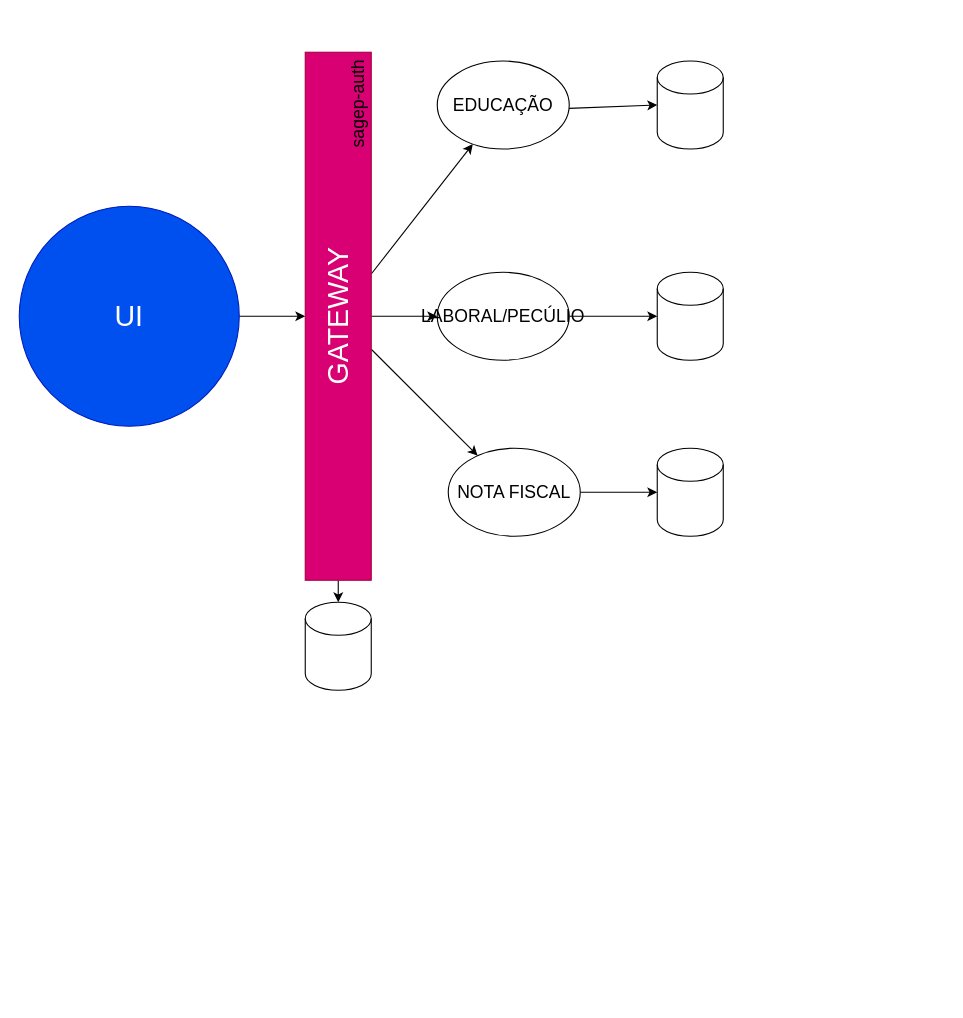
Earlier version of the draw.io diagram page "Arquitetura | Evolução" (4 of 13) of br-bit/RoadMap-2023.drawio (sigespweb22/project-manager). Source tidied: cells renumbered, new cells numbered last; positions are measured from the earlier drawing's top-left corner, leaving out a move shared by most shapes. Both pictures are drawn from the tidied source at 110%, with x=0, y=0 at pixel (19, 52).
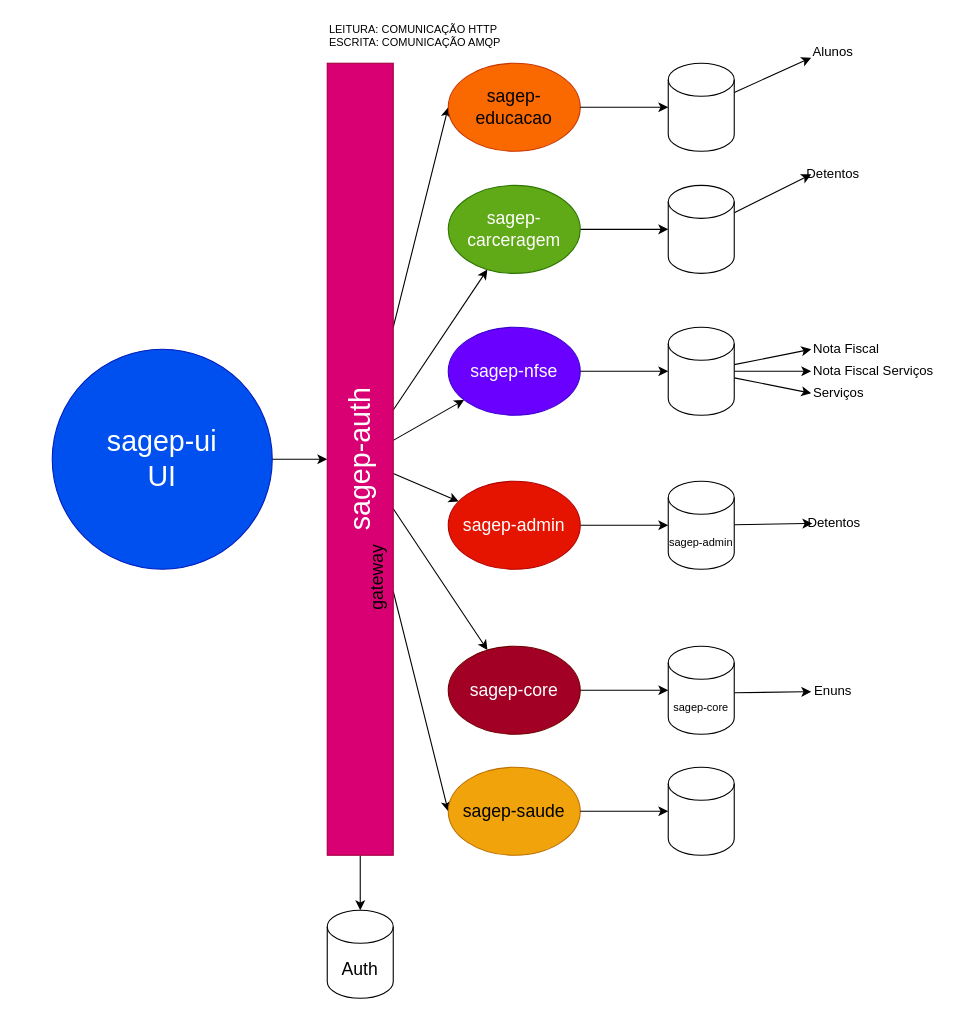
The same diagram, later.

Diff of the diagram source:
```diff
@@
-    <mxCell id="3" value="UI&lt;br style=&quot;font-size: 26px;&quot;&gt;" style="ellipse;whiteSpace=wrap;html=1;fillColor=#0050ef;fontColor=#ffffff;strokeColor=#001DBC;fontSize=26;" parent="1" vertex="1">
-      <mxGeometry y="140" width="200" height="200" as="geometry" />
+    <mxCell id="3" value="sagep-ui&lt;br&gt;UI" style="ellipse;whiteSpace=wrap;html=1;fillColor=#0050ef;fontColor=#ffffff;strokeColor=#001DBC;fontSize=26;" parent="1" vertex="1">
+      <mxGeometry x="30" y="270" width="200" height="200" as="geometry" />
     </mxCell>
@@
-    <mxCell id="7" style="edgeStyle=none;html=1;fontSize=16;" parent="1" edge="1" source="8" target="19">
+    <mxCell id="7" style="edgeStyle=none;html=1;fontSize=16;exitX=0.5;exitY=1;exitDx=0;exitDy=0;" parent="1" edge="1" source="8" target="19">
       <mxGeometry relative="1" as="geometry" />
     </mxCell>
+    <mxCell id="20" style="edgeStyle=none;html=1;entryX=0;entryY=0.5;entryDx=0;entryDy=0;" parent="1" edge="1" source="8" target="32">
+      <mxGeometry relative="1" as="geometry" />
+    </mxCell>
+    <mxCell id="21" style="edgeStyle=none;html=1;entryX=0;entryY=0.5;entryDx=0;entryDy=0;" parent="1" edge="1" source="8" target="28">
+      <mxGeometry relative="1" as="geometry" />
+    </mxCell>
+    <mxCell id="22" style="edgeStyle=none;html=1;fontSize=10;" parent="1" edge="1" source="8" target="42">
+      <mxGeometry relative="1" as="geometry" />
+    </mxCell>
-    <mxCell id="8" value="GATEWAY" style="rounded=0;whiteSpace=wrap;html=1;fontSize=26;fillColor=#d80073;fontColor=#ffffff;strokeColor=#A50040;verticalAlign=middle;horizontal=0;" parent="1" vertex="1">
-      <mxGeometry x="260" width="60" height="480" as="geometry" />
+    <mxCell id="8" value="sagep-auth" style="rounded=0;whiteSpace=wrap;html=1;fontSize=26;fillColor=#d80073;fontColor=#ffffff;strokeColor=#A50040;verticalAlign=middle;horizontal=0;" parent="1" vertex="1">
+      <mxGeometry x="280" y="10" width="60" height="720" as="geometry" />
     </mxCell>
-    <mxCell id="9" value="sagep-auth" style="text;html=1;strokeColor=none;fillColor=none;align=center;verticalAlign=middle;whiteSpace=wrap;rounded=0;fontSize=16;rotation=-90;" parent="1" vertex="1">
-      <mxGeometry x="262.5" y="40" width="90" height="15" as="geometry" />
+    <mxCell id="9" value="gateway" style="text;html=1;strokeColor=none;fillColor=none;align=center;verticalAlign=middle;whiteSpace=wrap;rounded=0;fontSize=16;rotation=-90;" parent="1" vertex="1">
+      <mxGeometry x="280" y="470" width="90" height="15" as="geometry" />
     </mxCell>
@@
-    <mxCell id="11" value="EDUCAÇÃO" style="ellipse;whiteSpace=wrap;html=1;fontSize=16;" parent="1" vertex="1">
-      <mxGeometry x="380" y="8" width="120" height="80" as="geometry" />
+    <mxCell id="11" value="sagep-carceragem" style="ellipse;whiteSpace=wrap;html=1;fontSize=16;fillColor=#60a917;fontColor=#ffffff;strokeColor=#2D7600;" parent="1" vertex="1">
+      <mxGeometry x="390" y="121" width="120" height="80" as="geometry" />
     </mxCell>
@@
-    <mxCell id="13" value="LABORAL/PECÚLIO" style="ellipse;whiteSpace=wrap;html=1;fontSize=16;" parent="1" vertex="1">
-      <mxGeometry x="380" y="200" width="120" height="80" as="geometry" />
+    <mxCell id="13" value="sagep-nfse" style="ellipse;whiteSpace=wrap;html=1;fontSize=16;fillColor=#6a00ff;fontColor=#ffffff;strokeColor=#3700CC;" parent="1" vertex="1">
+      <mxGeometry x="390" y="250" width="120" height="80" as="geometry" />
     </mxCell>
@@
-    <mxCell id="15" value="NOTA FISCAL" style="ellipse;whiteSpace=wrap;html=1;fontSize=16;" parent="1" vertex="1">
-      <mxGeometry x="390" y="360" width="120" height="80" as="geometry" />
+    <mxCell id="15" value="sagep-core" style="ellipse;whiteSpace=wrap;html=1;fontSize=16;fillColor=#a20025;fontColor=#ffffff;strokeColor=#6F0000;" parent="1" vertex="1">
+      <mxGeometry x="390" y="540" width="120" height="80" as="geometry" />
     </mxCell>
+    <mxCell id="23" style="edgeStyle=none;html=1;fontSize=10;entryX=0;entryY=0.5;entryDx=0;entryDy=0;" parent="1" edge="1" source="16" target="36">
+      <mxGeometry relative="1" as="geometry" />
+    </mxCell>
     <mxCell id="16" style="shape=cylinder3;whiteSpace=wrap;html=1;boundedLbl=1;backgroundOutline=1;size=15;fontSize=16;" parent="1" vertex="1">
-      <mxGeometry x="580" y="8" width="60" height="80" as="geometry" />
+      <mxGeometry x="590" y="121" width="60" height="80" as="geometry" />
     </mxCell>
+    <mxCell id="24" style="edgeStyle=none;html=1;entryX=0;entryY=0.5;entryDx=0;entryDy=0;fontSize=10;" parent="1" edge="1" source="17" target="38">
+      <mxGeometry relative="1" as="geometry" />
+    </mxCell>
+    <mxCell id="25" style="edgeStyle=none;html=1;entryX=0;entryY=0.5;entryDx=0;entryDy=0;fontSize=10;" parent="1" edge="1" source="17" target="39">
+      <mxGeometry relative="1" as="geometry" />
+    </mxCell>
+    <mxCell id="26" style="edgeStyle=none;html=1;entryX=0;entryY=0.5;entryDx=0;entryDy=0;fontSize=10;" parent="1" edge="1" source="17" target="40">
+      <mxGeometry relative="1" as="geometry" />
+    </mxCell>
     <mxCell id="17" style="shape=cylinder3;whiteSpace=wrap;html=1;boundedLbl=1;backgroundOutline=1;size=15;fontSize=16;" parent="1" vertex="1">
-      <mxGeometry x="580" y="200" width="60" height="80" as="geometry" />
+      <mxGeometry x="590" y="250" width="60" height="80" as="geometry" />
     </mxCell>
+    <mxCell id="27" style="edgeStyle=none;html=1;" parent="1" edge="1" target="35">
+      <mxGeometry relative="1" as="geometry">
+        <mxPoint x="650" y="582.3" as="sourcePoint" />
+      </mxGeometry>
+    </mxCell>
-    <mxCell id="18" style="shape=cylinder3;whiteSpace=wrap;html=1;boundedLbl=1;backgroundOutline=1;size=15;fontSize=16;" parent="1" vertex="1">
-      <mxGeometry x="580" y="360" width="60" height="80" as="geometry" />
+    <mxCell id="18" value="&lt;font style=&quot;font-size: 10px;&quot;&gt;sagep-core&lt;/font&gt;" style="shape=cylinder3;whiteSpace=wrap;html=1;boundedLbl=1;backgroundOutline=1;size=15;fontSize=16;" parent="1" vertex="1">
+      <mxGeometry x="590" y="540" width="60" height="80" as="geometry" />
     </mxCell>
-    <mxCell id="19" style="shape=cylinder3;whiteSpace=wrap;html=1;boundedLbl=1;backgroundOutline=1;size=15;fontSize=16;" parent="1" vertex="1">
-      <mxGeometry x="260" y="500" width="60" height="80" as="geometry" />
+    <mxCell id="19" value="Auth" style="shape=cylinder3;whiteSpace=wrap;html=1;boundedLbl=1;backgroundOutline=1;size=15;fontSize=16;" parent="1" vertex="1">
+      <mxGeometry x="280" y="780" width="60" height="80" as="geometry" />
     </mxCell>
+    <mxCell id="28" value="sagep-educacao" style="ellipse;whiteSpace=wrap;html=1;fontSize=16;fillColor=#fa6800;fontColor=#000000;strokeColor=#C73500;" parent="1" vertex="1">
+      <mxGeometry x="390" y="10" width="120" height="80" as="geometry" />
+    </mxCell>
+    <mxCell id="29" style="edgeStyle=none;html=1;fontSize=16;" parent="1" edge="1" target="31">
+      <mxGeometry relative="1" as="geometry">
+        <mxPoint x="510" y="50" as="sourcePoint" />
+      </mxGeometry>
+    </mxCell>
+    <mxCell id="30" style="edgeStyle=none;html=1;entryX=0;entryY=0.75;entryDx=0;entryDy=0;fontSize=10;" parent="1" edge="1" source="31" target="37">
+      <mxGeometry relative="1" as="geometry" />
+    </mxCell>
+    <mxCell id="31" style="shape=cylinder3;whiteSpace=wrap;html=1;boundedLbl=1;backgroundOutline=1;size=15;fontSize=16;" parent="1" vertex="1">
+      <mxGeometry x="590" y="10" width="60" height="80" as="geometry" />
+    </mxCell>
+    <mxCell id="32" value="sagep-saude" style="ellipse;whiteSpace=wrap;html=1;fontSize=16;fillColor=#f0a30a;fontColor=#000000;strokeColor=#BD7000;" parent="1" vertex="1">
+      <mxGeometry x="390" y="650" width="120" height="80" as="geometry" />
+    </mxCell>
+    <mxCell id="33" style="edgeStyle=none;html=1;fontSize=16;exitX=1;exitY=0.5;exitDx=0;exitDy=0;" parent="1" edge="1" source="32" target="34">
+      <mxGeometry relative="1" as="geometry" />
+    </mxCell>
+    <mxCell id="34" style="shape=cylinder3;whiteSpace=wrap;html=1;boundedLbl=1;backgroundOutline=1;size=15;fontSize=16;" parent="1" vertex="1">
+      <mxGeometry x="590" y="650" width="60" height="80" as="geometry" />
+    </mxCell>
+    <mxCell id="35" value="Enuns" style="text;html=1;strokeColor=none;fillColor=none;align=center;verticalAlign=middle;whiteSpace=wrap;rounded=0;" parent="1" vertex="1">
+      <mxGeometry x="720" y="571" width="40" height="20" as="geometry" />
+    </mxCell>
+    <mxCell id="36" value="Detentos" style="text;html=1;strokeColor=none;fillColor=none;align=center;verticalAlign=middle;whiteSpace=wrap;rounded=0;" parent="1" vertex="1">
+      <mxGeometry x="720" y="101" width="40" height="20" as="geometry" />
+    </mxCell>
+    <mxCell id="37" value="Alunos" style="text;html=1;strokeColor=none;fillColor=none;align=center;verticalAlign=middle;whiteSpace=wrap;rounded=0;" parent="1" vertex="1">
+      <mxGeometry x="720" y="-10" width="40" height="20" as="geometry" />
+    </mxCell>
+    <mxCell id="38" value="Nota Fiscal" style="text;html=1;strokeColor=none;fillColor=none;align=left;verticalAlign=middle;whiteSpace=wrap;rounded=0;" parent="1" vertex="1">
+      <mxGeometry x="720" y="260" width="70" height="20" as="geometry" />
+    </mxCell>
+    <mxCell id="39" value="Nota Fiscal Serviços" style="text;html=1;strokeColor=none;fillColor=none;align=left;verticalAlign=middle;whiteSpace=wrap;rounded=0;" parent="1" vertex="1">
+      <mxGeometry x="720" y="280" width="120" height="20" as="geometry" />
+    </mxCell>
+    <mxCell id="40" value="Serviços" style="text;html=1;strokeColor=none;fillColor=none;align=left;verticalAlign=middle;whiteSpace=wrap;rounded=0;" parent="1" vertex="1">
+      <mxGeometry x="720" y="300" width="120" height="20" as="geometry" />
+    </mxCell>
+    <mxCell id="41" style="edgeStyle=none;html=1;fontSize=10;" parent="1" edge="1" source="42" target="44">
+      <mxGeometry relative="1" as="geometry" />
+    </mxCell>
+    <mxCell id="42" value="sagep-admin" style="ellipse;whiteSpace=wrap;html=1;fontSize=16;fillColor=#e51400;fontColor=#ffffff;strokeColor=#B20000;" parent="1" vertex="1">
+      <mxGeometry x="390" y="390" width="120" height="80" as="geometry" />
+    </mxCell>
+    <mxCell id="43" style="edgeStyle=none;html=1;" parent="1" edge="1" source="44" target="45">
+      <mxGeometry relative="1" as="geometry" />
+    </mxCell>
+    <mxCell id="44" value="&lt;font style=&quot;font-size: 10px;&quot;&gt;sagep-admin&lt;/font&gt;" style="shape=cylinder3;whiteSpace=wrap;html=1;boundedLbl=1;backgroundOutline=1;size=15;fontSize=16;" parent="1" vertex="1">
+      <mxGeometry x="590" y="390" width="60" height="80" as="geometry" />
+    </mxCell>
+    <mxCell id="45" value="Detentos" style="text;html=1;strokeColor=none;fillColor=none;align=center;verticalAlign=middle;whiteSpace=wrap;rounded=0;" parent="1" vertex="1">
+      <mxGeometry x="721" y="418" width="40" height="20" as="geometry" />
+    </mxCell>
+    <mxCell id="46" value="LEITURA: COMUNICAÇÃO HTTP&lt;br&gt;ESCRITA: COMUNICAÇÃO AMQP" style="text;html=1;strokeColor=none;fillColor=none;align=left;verticalAlign=middle;whiteSpace=wrap;rounded=0;fontSize=10;" parent="1" vertex="1">
+      <mxGeometry x="280" y="-30" width="290" height="30" as="geometry" />
+    </mxCell>
```
